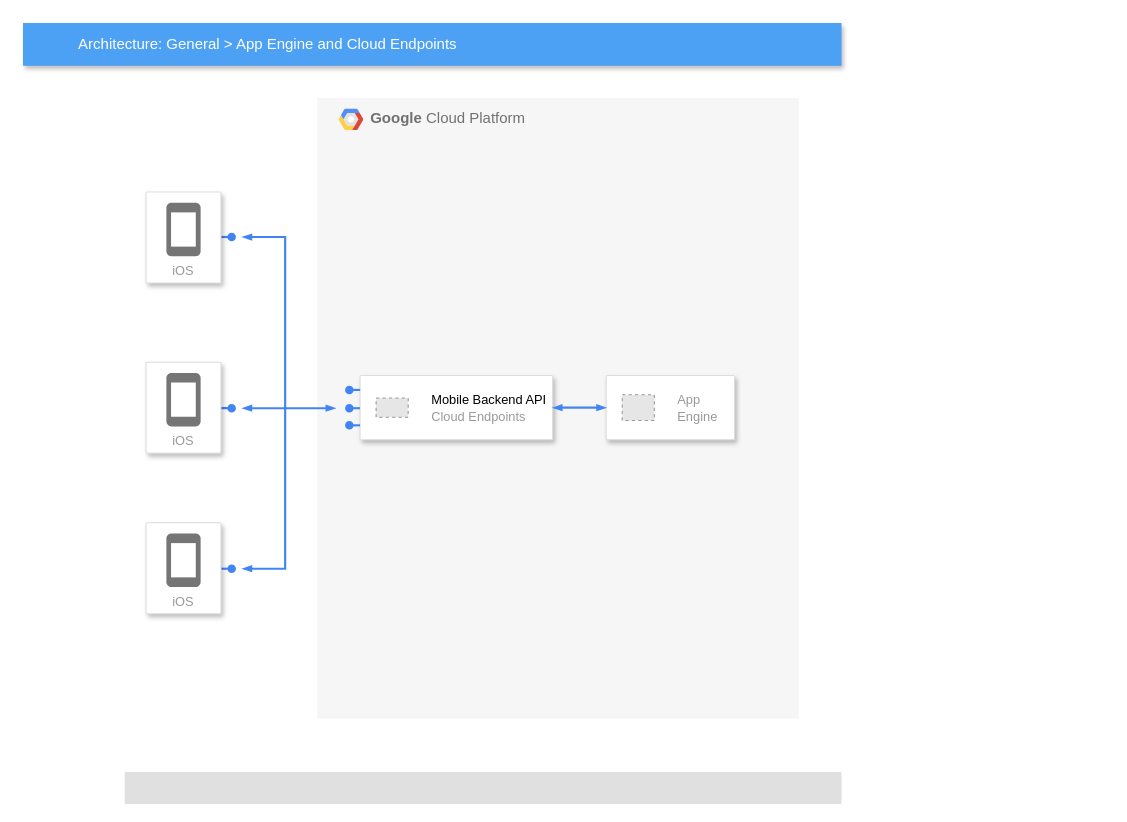
Before: 未命名绘图.drawio in Yaphp/test, a draw.io diagram. Source tidied: cells renumbered, new cells numbered last; positions are measured from the earlier drawing's top-left corner, leaving out a move shared by most shapes. Both pictures are drawn from the tidied source at 107%, with x=0, y=0 at pixel (22, 22). Pictures stored in the file or linked from it are replaced by grey dashed boxes.
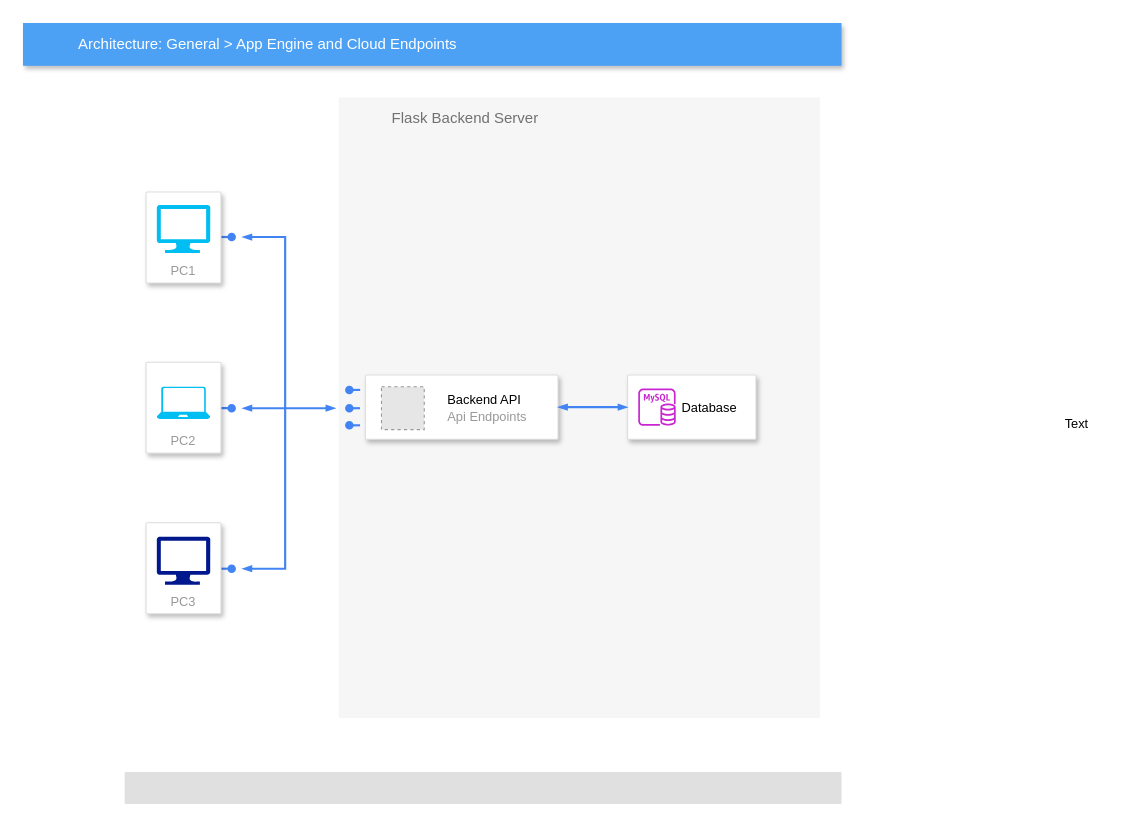
The same diagram, later.

Commit message (it also covers changes not shown here):
更新未命名绘图.drawio

Diff of the diagram source:
```diff
@@
-    <mxCell id="2" value="&lt;b&gt;Google &lt;/b&gt;Cloud Platform" style="fillColor=#F6F6F6;strokeColor=none;shadow=0;gradientColor=none;fontSize=14;align=left;spacing=10;fontColor=#717171;9E9E9E;verticalAlign=top;spacingTop=-4;fontStyle=0;spacingLeft=40;html=1;" parent="1" vertex="1">
-      <mxGeometry x="275" y="70" width="450" height="580" as="geometry" />
+    <mxCell id="2" value="Flask Backend Server" style="fillColor=#F6F6F6;strokeColor=none;shadow=0;gradientColor=none;fontSize=14;align=left;spacing=10;fontColor=#717171;9E9E9E;verticalAlign=top;spacingTop=-4;fontStyle=0;spacingLeft=40;html=1;" parent="1" vertex="1">
+      <mxGeometry x="295" y="69.5" width="450" height="580" as="geometry" />
     </mxCell>
-    <mxCell id="3" style="shape=mxgraph.gcp2.google_cloud_platform;fillColor=#F6F6F6;strokeColor=none;shadow=0;gradientColor=none;" parent="2" vertex="1">
-      <mxGeometry width="23" height="20" relative="1" as="geometry">
-        <mxPoint x="20" y="10" as="offset" />
-      </mxGeometry>
-    </mxCell>
-    <mxCell id="4" style="strokeColor=#dddddd;shadow=1;strokeWidth=1;rounded=1;absoluteArcSize=1;arcSize=2;" parent="2" vertex="1">
+    <mxCell id="4" value="          Database" style="strokeColor=#dddddd;shadow=1;strokeWidth=1;rounded=1;absoluteArcSize=1;arcSize=2;" parent="2" vertex="1">
       <mxGeometry x="270" y="259.5" width="120" height="60" as="geometry" />
     </mxCell>
-    <mxCell id="5" value="App&#10;Engine" style="fillColor=#E6E6E6;strokeColor=#999999;dashed=1;html=1;fontColor=#999999;verticalLabelPosition=middle;verticalAlign=middle;labelPosition=right;align=left;spacingLeft=20;" parent="4" vertex="1">
-      <mxGeometry width="30" height="24" relative="1" as="geometry">
-        <mxPoint x="15" y="18" as="offset" />
-      </mxGeometry>
-    </mxCell>
     <mxCell id="6" style="strokeColor=#dddddd;shadow=1;strokeWidth=1;rounded=1;absoluteArcSize=1;arcSize=2;" parent="2" vertex="1">
-      <mxGeometry x="40" y="259.5" width="180" height="60" as="geometry" />
+      <mxGeometry x="25" y="259.5" width="180" height="60" as="geometry" />
     </mxCell>
-    <mxCell id="7" value="&lt;font color=&quot;#000000&quot;&gt;Mobile Backend API&lt;/font&gt;&lt;br&gt;Cloud Endpoints" style="fillColor=#E6E6E6;strokeColor=#999999;dashed=1;html=1;fontColor=#999999;verticalLabelPosition=middle;verticalAlign=middle;labelPosition=right;align=left;spacingLeft=20;" parent="6" vertex="1">
-      <mxGeometry width="30" height="18" relative="1" as="geometry">
-        <mxPoint x="15" y="21" as="offset" />
+    <mxCell id="7" value="&lt;font color=&quot;#000000&quot;&gt;Backend API&lt;/font&gt;&lt;br&gt;Api Endpoints" style="fillColor=#E6E6E6;strokeColor=#999999;dashed=1;html=1;fontColor=#999999;verticalLabelPosition=middle;verticalAlign=middle;labelPosition=right;align=left;spacingLeft=20;" parent="6" vertex="1">
+      <mxGeometry width="40" height="40" relative="1" as="geometry">
+        <mxPoint x="15" y="11" as="offset" />
       </mxGeometry>
     </mxCell>
@@
+    <mxCell id="25" style="sketch=0;fontColor=#232F3E;gradientColor=none;fillColor=#C925D1;strokeColor=none;dashed=0;verticalLabelPosition=bottom;verticalAlign=top;align=center;html=1;fontSize=12;fontStyle=0;shape=mxgraph.aws4.rds_mysql_instance;" parent="2" vertex="1">
+      <mxGeometry x="280" y="272" width="35" height="35" as="geometry" />
+    </mxCell>
@@
-    <mxCell id="19" value="iOS" style="strokeColor=#dddddd;fillColor=#ffffff;shadow=1;strokeWidth=1;rounded=1;absoluteArcSize=1;arcSize=2;labelPosition=center;verticalLabelPosition=middle;align=center;verticalAlign=bottom;spacingLeft=0;fontColor=#999999;fontSize=12;whiteSpace=wrap;spacingBottom=2;html=1;" parent="1" vertex="1">
+    <mxCell id="19" value="PC1" style="strokeColor=#dddddd;fillColor=#ffffff;shadow=1;strokeWidth=1;rounded=1;absoluteArcSize=1;arcSize=2;labelPosition=center;verticalLabelPosition=middle;align=center;verticalAlign=bottom;spacingLeft=0;fontColor=#999999;fontSize=12;whiteSpace=wrap;spacingBottom=2;html=1;" parent="1" vertex="1">
       <mxGeometry x="115" y="158" width="70" height="85" as="geometry" />
     </mxCell>
-    <mxCell id="20" style="dashed=0;html=1;fillColor=#757575;strokeColor=none;shape=mxgraph.gcp2.phone;" parent="19" vertex="1">
-      <mxGeometry x="0.5" width="32" height="50" relative="1" as="geometry">
-        <mxPoint x="-16" y="10" as="offset" />
-      </mxGeometry>
-    </mxCell>
-    <mxCell id="21" value="iOS" style="strokeColor=#dddddd;fillColor=#ffffff;shadow=1;strokeWidth=1;rounded=1;absoluteArcSize=1;arcSize=2;labelPosition=center;verticalLabelPosition=middle;align=center;verticalAlign=bottom;spacingLeft=0;fontColor=#999999;fontSize=12;whiteSpace=wrap;spacingBottom=2;html=1;" parent="1" vertex="1">
+    <mxCell id="21" value="PC2" style="strokeColor=#dddddd;fillColor=#ffffff;shadow=1;strokeWidth=1;rounded=1;absoluteArcSize=1;arcSize=2;labelPosition=center;verticalLabelPosition=middle;align=center;verticalAlign=bottom;spacingLeft=0;fontColor=#999999;fontSize=12;whiteSpace=wrap;spacingBottom=2;html=1;" parent="1" vertex="1">
       <mxGeometry x="115" y="317" width="70" height="85" as="geometry" />
     </mxCell>
-    <mxCell id="22" style="dashed=0;html=1;fillColor=#757575;strokeColor=none;shape=mxgraph.gcp2.phone;" parent="21" vertex="1">
-      <mxGeometry x="0.5" width="32" height="50" relative="1" as="geometry">
-        <mxPoint x="-16" y="10" as="offset" />
-      </mxGeometry>
-    </mxCell>
-    <mxCell id="23" value="iOS" style="strokeColor=#dddddd;fillColor=#ffffff;shadow=1;strokeWidth=1;rounded=1;absoluteArcSize=1;arcSize=2;labelPosition=center;verticalLabelPosition=middle;align=center;verticalAlign=bottom;spacingLeft=0;fontColor=#999999;fontSize=12;whiteSpace=wrap;spacingBottom=2;html=1;" parent="1" vertex="1">
+    <mxCell id="23" value="PC3" style="strokeColor=#dddddd;fillColor=#ffffff;shadow=1;strokeWidth=1;rounded=1;absoluteArcSize=1;arcSize=2;labelPosition=center;verticalLabelPosition=middle;align=center;verticalAlign=bottom;spacingLeft=0;fontColor=#999999;fontSize=12;whiteSpace=wrap;spacingBottom=2;html=1;" parent="1" vertex="1">
       <mxGeometry x="115" y="467.1" width="70" height="85" as="geometry" />
     </mxCell>
-    <mxCell id="24" style="dashed=0;html=1;fillColor=#757575;strokeColor=none;shape=mxgraph.gcp2.phone;" parent="23" vertex="1">
-      <mxGeometry x="0.5" width="32" height="50" relative="1" as="geometry">
-        <mxPoint x="-16" y="10" as="offset" />
-      </mxGeometry>
-    </mxCell>
+    <mxCell id="26" style="verticalLabelPosition=bottom;html=1;verticalAlign=top;align=center;strokeColor=none;fillColor=#00BEF2;shape=mxgraph.azure.computer;" parent="1" vertex="1">
+      <mxGeometry x="125" y="170" width="50" height="45" as="geometry" />
+    </mxCell>
+    <mxCell id="27" style="verticalLabelPosition=bottom;html=1;verticalAlign=top;align=center;strokeColor=none;fillColor=#00BEF2;shape=mxgraph.azure.laptop;" parent="1" vertex="1">
+      <mxGeometry x="125" y="340" width="50" height="30" as="geometry" />
+    </mxCell>
+    <mxCell id="28" style="sketch=0;shadow=0;dashed=0;html=1;strokeColor=none;labelPosition=center;verticalLabelPosition=bottom;verticalAlign=top;align=center;fillColor=#00188D;shape=mxgraph.azure.computer;" parent="1" vertex="1">
+      <mxGeometry x="125" y="480" width="50" height="45" as="geometry" />
+    </mxCell>
+    <mxCell id="29" value="Text" style="text;strokeColor=none;align=center;fillColor=none;html=1;verticalAlign=middle;whiteSpace=wrap;rounded=0;" parent="1" vertex="1">
+      <mxGeometry x="955" y="360" width="60" height="30" as="geometry" />
+    </mxCell>
```
